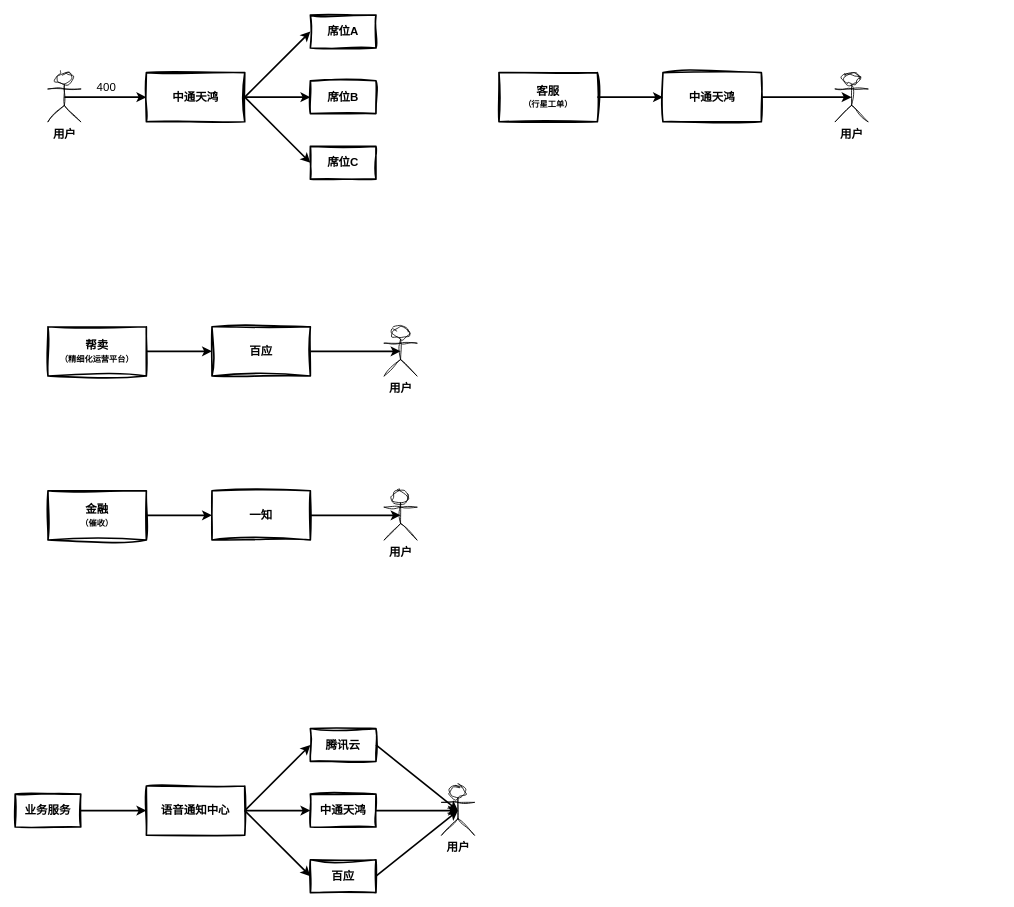
zhuanzhuan-tech/arch-draw-io keeps this draw.io diagram as tech/research/手机语音梳理.drawio. Above is the earlier version. Source tidied: cells renumbered, new cells numbered last; positions are measured from the earlier drawing's top-left corner, leaving out a move shared by most shapes. Both pictures are drawn from the tidied source at 82%, with x=0, y=0 at pixel (15, 15).
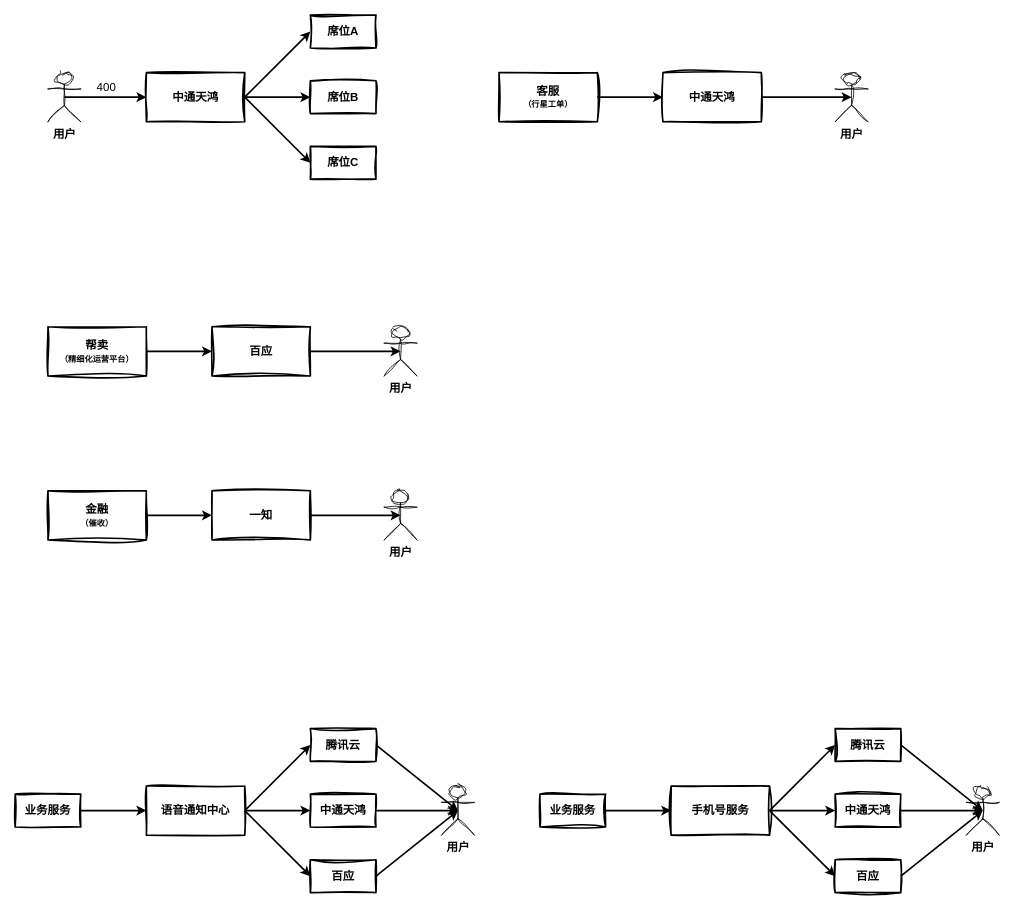
After the change.

Commit message:
更新手机语音梳理.drawio

Change to the diagram source:
```diff
@@
+    <mxCell id="40" style="edgeStyle=orthogonalEdgeStyle;rounded=0;jettySize=auto;html=1;exitX=1;exitY=0.5;exitDx=0;exitDy=0;entryX=0;entryY=0.5;entryDx=0;entryDy=0;strokeWidth=2;" parent="1" edge="1" source="48" target="41">
+      <mxGeometry relative="1" as="geometry" />
+    </mxCell>
+    <mxCell id="41" value="&lt;font style=&quot;font-size: 14px;&quot;&gt;&lt;b&gt;手机号服务&lt;/b&gt;&lt;/font&gt;" style="rounded=0;whiteSpace=wrap;html=1;fillColor=none;strokeWidth=2;sketch=1;curveFitting=1;jiggle=2;" parent="1" vertex="1">
+      <mxGeometry x="800" y="940" width="120" height="60" as="geometry" />
+    </mxCell>
+    <mxCell id="42" value="&lt;font style=&quot;font-size: 14px;&quot;&gt;&lt;b&gt;腾讯云&lt;/b&gt;&lt;/font&gt;" style="rounded=0;whiteSpace=wrap;html=1;fillColor=none;strokeWidth=2;sketch=1;curveFitting=1;jiggle=2;" parent="1" vertex="1">
+      <mxGeometry x="1000" y="870" width="80" height="40" as="geometry" />
+    </mxCell>
+    <mxCell id="43" value="&lt;font style=&quot;font-size: 14px;&quot;&gt;&lt;b&gt;中通天鸿&lt;/b&gt;&lt;/font&gt;" style="rounded=0;whiteSpace=wrap;html=1;fillColor=none;strokeWidth=2;sketch=1;curveFitting=1;jiggle=2;" parent="1" vertex="1">
+      <mxGeometry x="1000" y="950" width="80" height="40" as="geometry" />
+    </mxCell>
+    <mxCell id="44" value="&lt;font style=&quot;font-size: 14px;&quot;&gt;&lt;b&gt;百应&lt;/b&gt;&lt;/font&gt;" style="rounded=0;whiteSpace=wrap;html=1;fillColor=none;strokeWidth=2;sketch=1;curveFitting=1;jiggle=2;" parent="1" vertex="1">
+      <mxGeometry x="1000" y="1030" width="80" height="40" as="geometry" />
+    </mxCell>
+    <mxCell id="45" style="endArrow=classic;html=1;rounded=0;exitX=1;exitY=0.5;exitDx=0;exitDy=0;entryX=0;entryY=0.5;entryDx=0;entryDy=0;strokeWidth=2;" parent="1" edge="1" source="41" target="42">
+      <mxGeometry relative="1" as="geometry" />
+    </mxCell>
+    <mxCell id="46" style="endArrow=classic;html=1;rounded=0;exitX=1;exitY=0.5;exitDx=0;exitDy=0;entryX=0;entryY=0.5;entryDx=0;entryDy=0;strokeWidth=2;" parent="1" edge="1" source="41" target="43">
+      <mxGeometry relative="1" as="geometry" />
+    </mxCell>
+    <mxCell id="47" style="endArrow=classic;html=1;rounded=0;entryX=0;entryY=0.5;entryDx=0;entryDy=0;strokeWidth=2;" parent="1" edge="1" target="44">
+      <mxGeometry relative="1" as="geometry">
+        <mxPoint x="920" y="970" as="sourcePoint" />
+      </mxGeometry>
+    </mxCell>
+    <mxCell id="48" value="&lt;font style=&quot;font-size: 14px;&quot;&gt;&lt;b&gt;业务服务&lt;/b&gt;&lt;/font&gt;" style="rounded=0;whiteSpace=wrap;html=1;fillColor=none;strokeWidth=2;sketch=1;curveFitting=1;jiggle=2;" parent="1" vertex="1">
+      <mxGeometry x="640" y="950" width="80" height="40" as="geometry" />
+    </mxCell>
+    <mxCell id="49" value="&lt;font style=&quot;font-size: 14px;&quot;&gt;&lt;b&gt;用户&lt;/b&gt;&lt;/font&gt;" style="shape=umlActor;verticalLabelPosition=bottom;verticalAlign=top;html=1;outlineConnect=0;sketch=1;curveFitting=1;jiggle=2;" parent="1" vertex="1">
+      <mxGeometry x="1160" y="940" width="40" height="60" as="geometry" />
+    </mxCell>
+    <mxCell id="50" style="endArrow=classic;html=1;rounded=0;exitX=1;exitY=0.5;exitDx=0;exitDy=0;entryX=0.5;entryY=0.5;entryDx=0;entryDy=0;strokeWidth=2;entryPerimeter=0;" parent="1" edge="1" source="42" target="49">
+      <mxGeometry relative="1" as="geometry" />
+    </mxCell>
+    <mxCell id="51" style="endArrow=classic;html=1;rounded=0;exitX=1;exitY=0.5;exitDx=0;exitDy=0;entryX=0.5;entryY=0.5;entryDx=0;entryDy=0;strokeWidth=2;entryPerimeter=0;" parent="1" edge="1" source="43" target="49">
+      <mxGeometry relative="1" as="geometry" />
+    </mxCell>
+    <mxCell id="52" style="endArrow=classic;html=1;rounded=0;exitX=1;exitY=0.5;exitDx=0;exitDy=0;entryX=0.5;entryY=0.5;entryDx=0;entryDy=0;strokeWidth=2;entryPerimeter=0;" parent="1" edge="1" source="44" target="49">
+      <mxGeometry relative="1" as="geometry" />
+    </mxCell>
```
